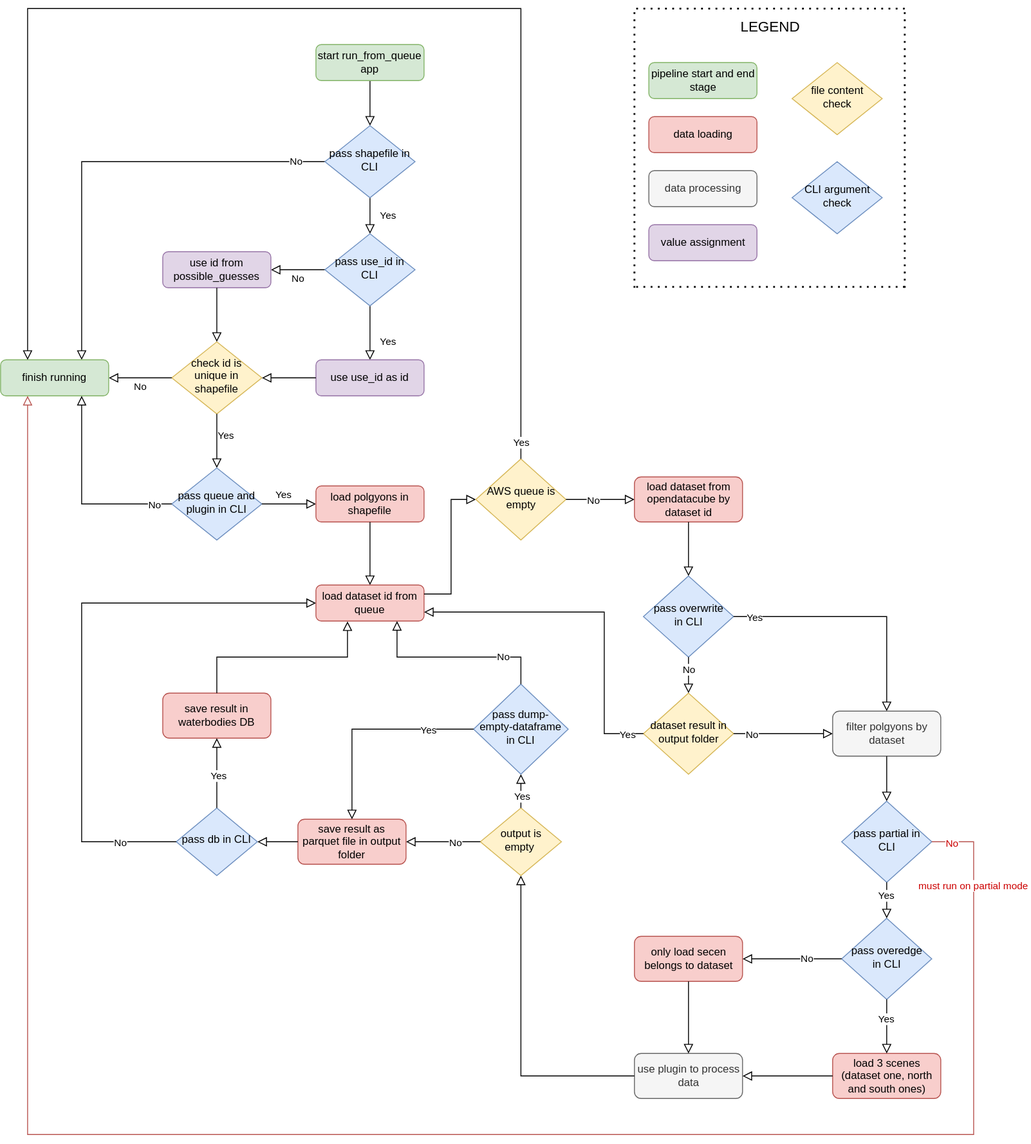
Before: doc/dea-conflux-control-flow.svg, a diagram exported from draw.io (GeoscienceAustralia/dea-conflux). Source tidied: cells renumbered, new cells last; positions are measured from the earlier drawing's top-left corner, leaving out a move shared by most shapes.
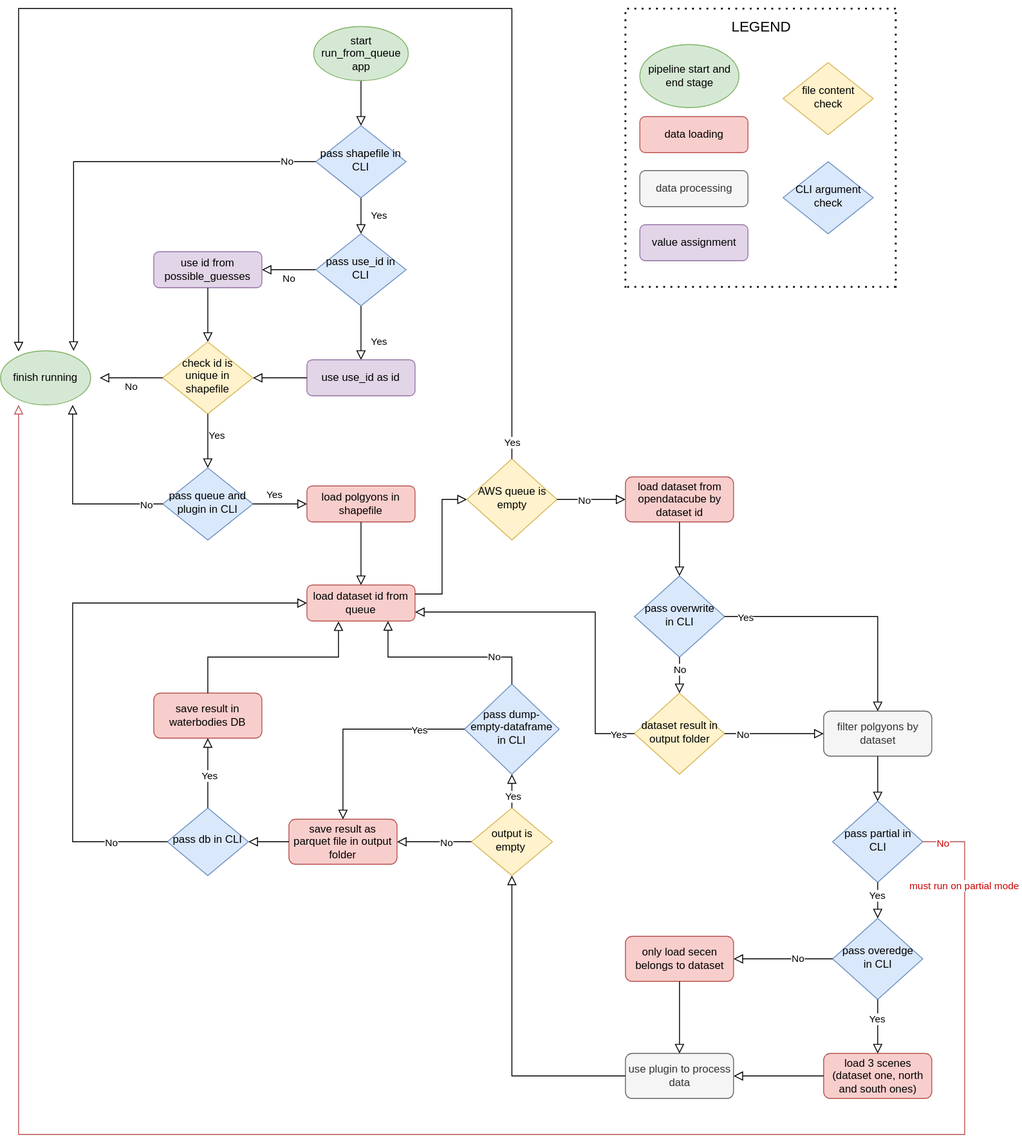
Above is the later version.

Commit message:
Update processing start and finish stage shapes (#40)

The edit, as a diff of the source:
```diff
@@ -2,17 +2,16 @@
   <root>
     <mxCell id="0" />
     <mxCell id="1" parent="0" />
-    <mxCell id="2" style="rounded=0;html=1;jettySize=auto;fontSize=11;endArrow=block;endFill=0;endSize=8;strokeWidth=1;shadow=0;labelBackgroundColor=none;edgeStyle=orthogonalEdgeStyle;" parent="1" edge="1" source="3" target="7">
+    <mxCell id="2" style="rounded=0;html=1;jettySize=auto;fontSize=11;endArrow=block;endFill=0;endSize=8;strokeWidth=1;shadow=0;labelBackgroundColor=none;edgeStyle=orthogonalEdgeStyle;exitX=0.5;exitY=1;exitDx=0;exitDy=0;" parent="1" edge="1" source="3" target="7">
       <mxGeometry relative="1" as="geometry" />
     </mxCell>
-    <mxCell id="3" value="start run_from_queue app" style="rounded=1;whiteSpace=wrap;html=1;fontSize=12;glass=0;strokeWidth=1;shadow=0;fillColor=#d5e8d4;strokeColor=#82b366;" parent="1" vertex="1">
-      <mxGeometry x="350" y="40" width="120" height="40" as="geometry" />
-    </mxCell>
     <mxCell id="4" value="Yes" style="rounded=0;html=1;jettySize=auto;fontSize=11;endArrow=block;endFill=0;endSize=8;strokeWidth=1;shadow=0;labelBackgroundColor=none;edgeStyle=orthogonalEdgeStyle;" parent="1" edge="1" source="7" target="10">
       <mxGeometry y="20" relative="1" as="geometry" />
     </mxCell>
-    <mxCell id="5" style="edgeStyle=orthogonalEdgeStyle;rounded=0;html=1;jettySize=auto;fontSize=11;endArrow=block;endFill=0;endSize=8;strokeWidth=1;shadow=0;labelBackgroundColor=none;entryX=0.75;entryY=0;entryDx=0;entryDy=0;entryPerimeter=0;" parent="1" edge="1" source="7" target="17">
-      <mxGeometry x="-0.88" relative="1" as="geometry" />
+    <mxCell id="5" style="edgeStyle=orthogonalEdgeStyle;rounded=0;html=1;jettySize=auto;fontSize=11;endArrow=block;endFill=0;endSize=8;strokeWidth=1;shadow=0;labelBackgroundColor=none;" parent="1" edge="1" source="7">
+      <mxGeometry x="-0.88" relative="1" as="geometry">
+        <mxPoint x="91" y="380" as="targetPoint" />
+      </mxGeometry>
     </mxCell>
     <mxCell id="6" value="No" style="edgeLabel;html=1;align=center;verticalAlign=middle;" parent="5" vertex="1">
       <mxGeometry x="-0.86" y="-1" relative="1" as="geometry" />
@@ -51,9 +50,6 @@
         <mxPoint x="120" y="410" as="targetPoint" />
       </mxGeometry>
     </mxCell>
-    <mxCell id="17" value="finish running" style="rounded=1;whiteSpace=wrap;html=1;fontSize=12;glass=0;strokeWidth=1;shadow=0;fillColor=#d5e8d4;strokeColor=#82b366;" parent="1" vertex="1">
-      <mxGeometry y="390" width="120" height="40" as="geometry" />
-    </mxCell>
     <mxCell id="18" value="Yes" style="edgeStyle=orthogonalEdgeStyle;rounded=0;html=1;jettySize=auto;fontSize=11;endArrow=block;endFill=0;endSize=8;strokeWidth=1;shadow=0;labelBackgroundColor=none;exitX=0.5;exitY=1;exitDx=0;exitDy=0;" parent="1" edge="1" source="13">
       <mxGeometry x="-0.2" y="10" relative="1" as="geometry">
         <mxPoint x="240" y="510" as="targetPoint" />
@@ -64,7 +60,7 @@
     </mxCell>
     <mxCell id="20" style="edgeStyle=orthogonalEdgeStyle;rounded=0;html=1;jettySize=auto;fontSize=11;endArrow=block;endFill=0;endSize=8;strokeWidth=1;shadow=0;labelBackgroundColor=none;exitX=0;exitY=0.5;exitDx=0;exitDy=0;" parent="1" edge="1" source="19">
       <mxGeometry x="-0.82" relative="1" as="geometry">
-        <mxPoint x="90" y="430" as="targetPoint" />
+        <mxPoint x="90" y="440" as="targetPoint" />
         <Array as="points">
           <mxPoint x="90" y="550" />
         </Array>
@@ -134,8 +130,9 @@
     <mxCell id="37" value="pass&amp;nbsp;overedge in CLI" style="rhombus;whiteSpace=wrap;html=1;shadow=0;fontFamily=Helvetica;fontSize=12;align=center;strokeWidth=1;spacing=6;spacingTop=-4;fillColor=#dae8fc;strokeColor=#6c8ebf;" parent="1" vertex="1">
       <mxGeometry x="933.5" y="1010" width="100" height="90" as="geometry" />
     </mxCell>
-    <mxCell id="38" style="edgeStyle=orthogonalEdgeStyle;rounded=0;html=1;jettySize=auto;fontSize=11;endArrow=block;endFill=0;endSize=8;strokeWidth=1;shadow=0;labelBackgroundColor=none;exitX=1;exitY=0.5;exitDx=0;exitDy=0;entryX=0.25;entryY=1;entryDx=0;entryDy=0;fillColor=#f8cecc;strokeColor=#b85450;" parent="1" edge="1" source="36" target="17">
+    <mxCell id="38" style="edgeStyle=orthogonalEdgeStyle;rounded=0;html=1;jettySize=auto;fontSize=11;endArrow=block;endFill=0;endSize=8;strokeWidth=1;shadow=0;labelBackgroundColor=none;exitX=1;exitY=0.5;exitDx=0;exitDy=0;fillColor=#f8cecc;strokeColor=#b85450;" parent="1" edge="1" source="36">
       <mxGeometry y="10" relative="1" as="geometry">
+        <mxPoint x="30" y="440" as="targetPoint" />
         <Array as="points">
           <mxPoint x="1080" y="925" />
           <mxPoint x="1080" y="1250" />
@@ -251,7 +248,7 @@
         <mxPoint x="33" as="offset" />
       </mxGeometry>
     </mxCell>
-    <mxCell id="70" style="edgeStyle=orthogonalEdgeStyle;rounded=0;html=1;jettySize=auto;fontSize=11;endArrow=block;endFill=0;endSize=8;strokeWidth=1;shadow=0;labelBackgroundColor=none;exitX=0.5;exitY=0;exitDx=0;exitDy=0;entryX=0.25;entryY=0;entryDx=0;entryDy=0;" parent="1" edge="1" source="27" target="17">
+    <mxCell id="70" style="edgeStyle=orthogonalEdgeStyle;rounded=0;html=1;jettySize=auto;fontSize=11;endArrow=block;endFill=0;endSize=8;strokeWidth=1;shadow=0;labelBackgroundColor=none;exitX=0.5;exitY=0;exitDx=0;exitDy=0;entryX=0.2;entryY=0.011;entryDx=0;entryDy=0;entryPerimeter=0;" parent="1" edge="1" source="27" target="17">
       <mxGeometry y="10" relative="1" as="geometry">
         <Array as="points">
           <mxPoint x="578" />
@@ -293,9 +290,6 @@
     <mxCell id="77" style="edgeStyle=orthogonalEdgeStyle;rounded=0;html=1;jettySize=auto;fontSize=11;endArrow=block;endFill=0;endSize=8;strokeWidth=1;shadow=0;labelBackgroundColor=none;exitX=0.5;exitY=0;exitDx=0;exitDy=0;entryX=0.292;entryY=1.008;entryDx=0;entryDy=0;entryPerimeter=0;" parent="1" edge="1" source="65" target="23">
       <mxGeometry y="10" relative="1" as="geometry" />
     </mxCell>
-    <mxCell id="78" value="pipeline start and end stage" style="rounded=1;whiteSpace=wrap;html=1;fontSize=12;glass=0;strokeWidth=1;shadow=0;fillColor=#d5e8d4;strokeColor=#82b366;" parent="1" vertex="1">
-      <mxGeometry x="719.5" y="60" width="120" height="40" as="geometry" />
-    </mxCell>
     <mxCell id="79" value="CLI argument check" style="rhombus;whiteSpace=wrap;html=1;shadow=0;fontFamily=Helvetica;fontSize=12;align=center;strokeWidth=1;spacing=6;spacingTop=-4;fillColor=#dae8fc;strokeColor=#6c8ebf;" parent="1" vertex="1">
       <mxGeometry x="878.5" y="170" width="100" height="80" as="geometry" />
     </mxCell>
@@ -361,5 +355,14 @@
         <mxPoint x="703.5" y="308.9" as="targetPoint" />
       </mxGeometry>
     </mxCell>
+    <mxCell id="78" value="pipeline start and end stage" style="ellipse;whiteSpace=wrap;html=1;fillColor=#d5e8d4;strokeColor=#82b366;" parent="1" vertex="1">
+      <mxGeometry x="719.5" y="40" width="110" height="70" as="geometry" />
+    </mxCell>
+    <mxCell id="3" value="start run_from_queue app" style="ellipse;whiteSpace=wrap;html=1;fillColor=#d5e8d4;strokeColor=#82b366;" parent="1" vertex="1">
+      <mxGeometry x="357.5" y="20" width="105" height="60" as="geometry" />
+    </mxCell>
+    <mxCell id="17" value="finish running" style="ellipse;whiteSpace=wrap;html=1;fillColor=#d5e8d4;strokeColor=#82b366;" parent="1" vertex="1">
+      <mxGeometry x="10" y="380" width="100" height="60" as="geometry" />
+    </mxCell>
   </root>
 </mxGraphModel>
```
